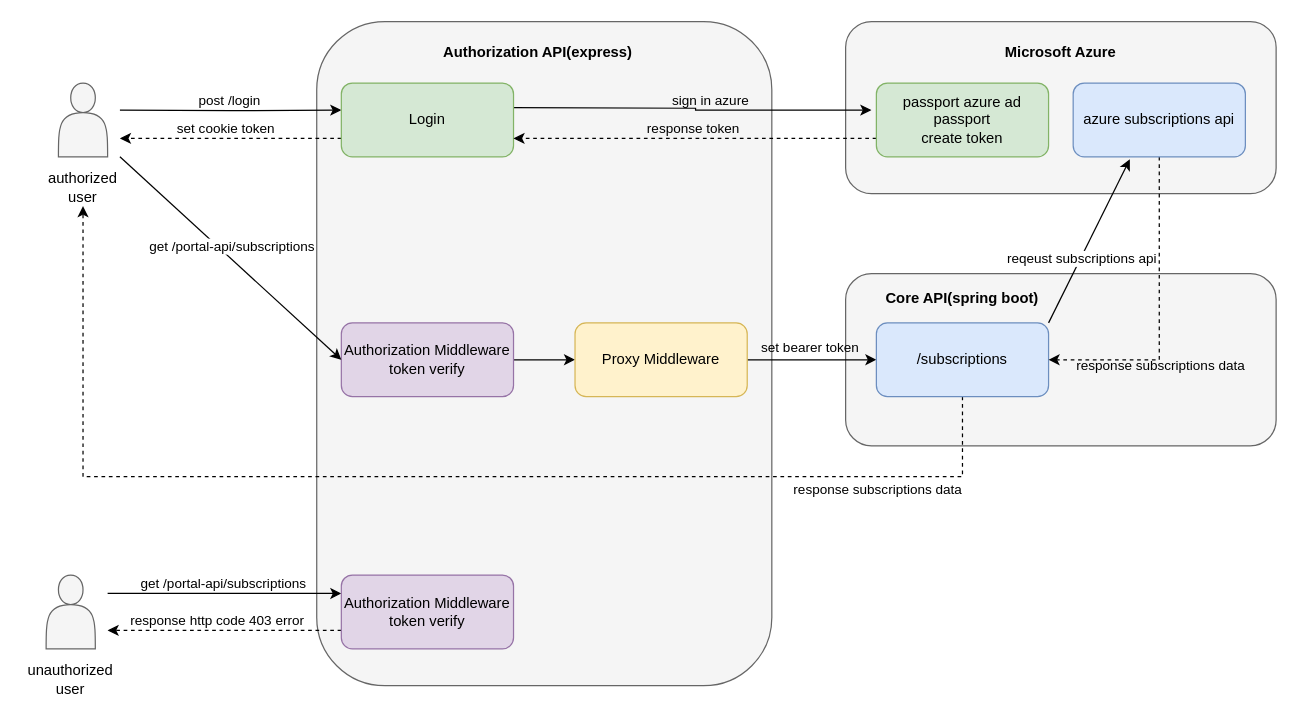
Above: gov-portal-api.drawio in liamyoon/document (draw.io), before the change. Source tidied: cells renumbered, new cells numbered last; positions are measured from the earlier drawing's top-left corner, leaving out a move shared by most shapes. Both pictures are drawn from the tidied source at 123%, with x=0, y=0 at pixel (21, 21).
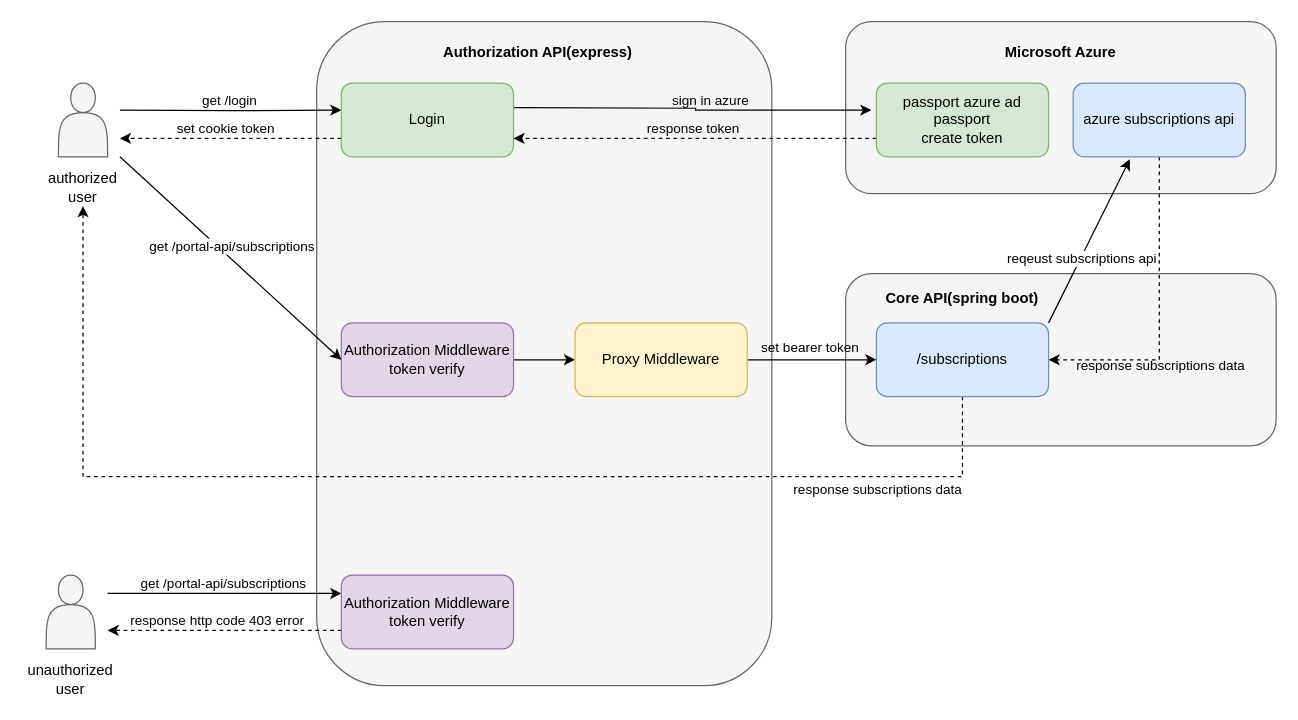
After the change.

Unchanged cells that the change refers to:
```xml
<mxCell id="5" style="edgeStyle=orthogonalEdgeStyle;rounded=0;jettySize=auto;html=1;entryX=0;entryY=0.367;entryDx=0;entryDy=0;entryPerimeter=0;" parent="1" edge="1" target="18">
  <mxGeometry relative="1" as="geometry">
    <mxPoint x="80" y="72" as="sourcePoint" />
  </mxGeometry>
</mxCell>
```

The edit, as a diff of the source:
```diff
@@
-    <mxCell id="6" value="post /login" style="edgeLabel;html=1;align=center;verticalAlign=middle;" parent="5" vertex="1">
+    <mxCell id="6" value="get /login" style="edgeLabel;html=1;align=center;verticalAlign=middle;" parent="5" vertex="1">
       <mxGeometry x="-0.02" y="3" relative="1" as="geometry">
         <mxPoint y="-6" as="offset" />
       </mxGeometry>
     </mxCell>
```
